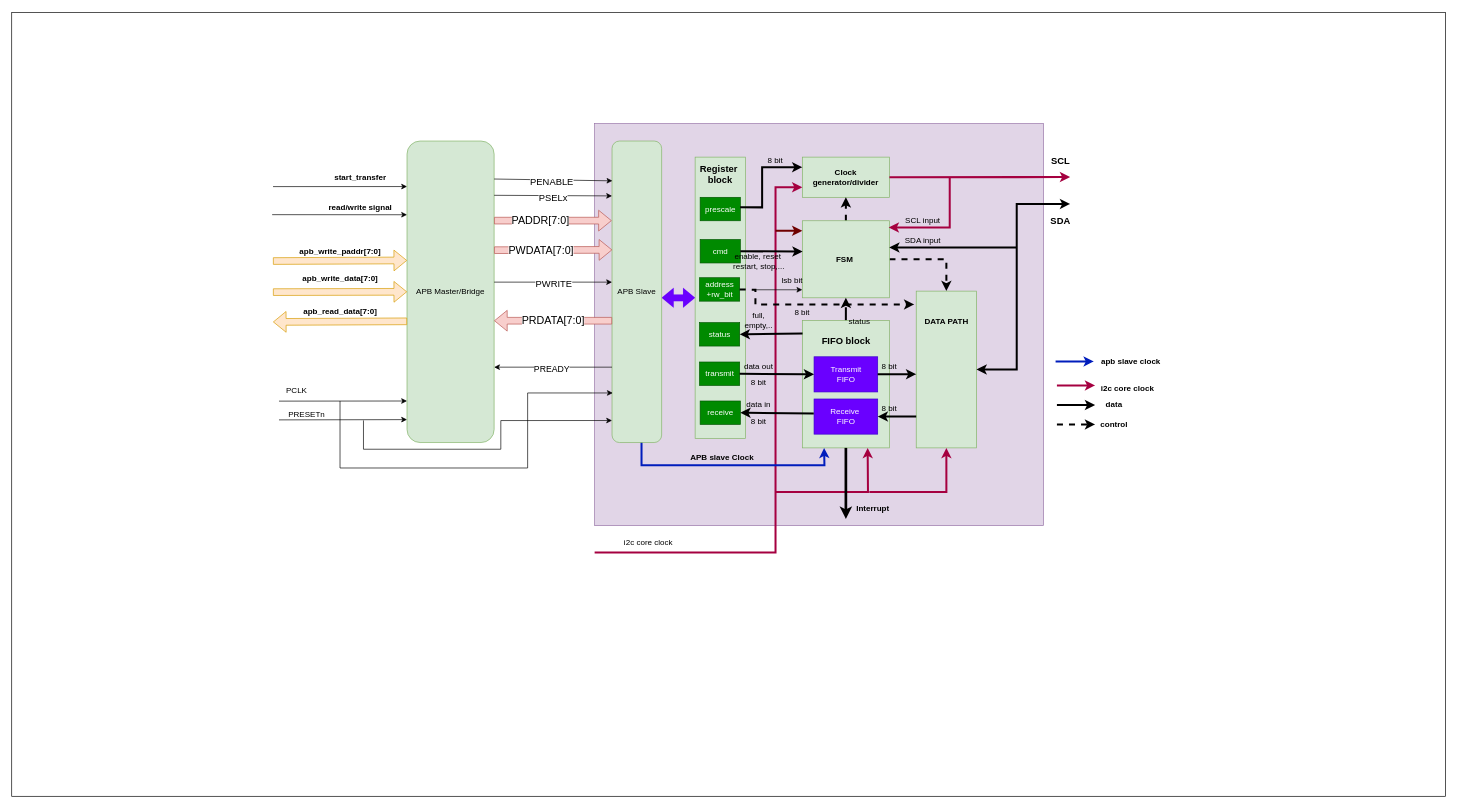
Above: i2c spec/master block diagram.drawio in quyenpro123/i2c_master_slave (draw.io), before the change. Source tidied: cells renumbered, new cells numbered last; positions are measured from the earlier drawing's top-left corner, leaving out a move shared by most shapes. Both pictures are drawn from the tidied source at 67%, with x=0, y=0 at pixel (11, 12).
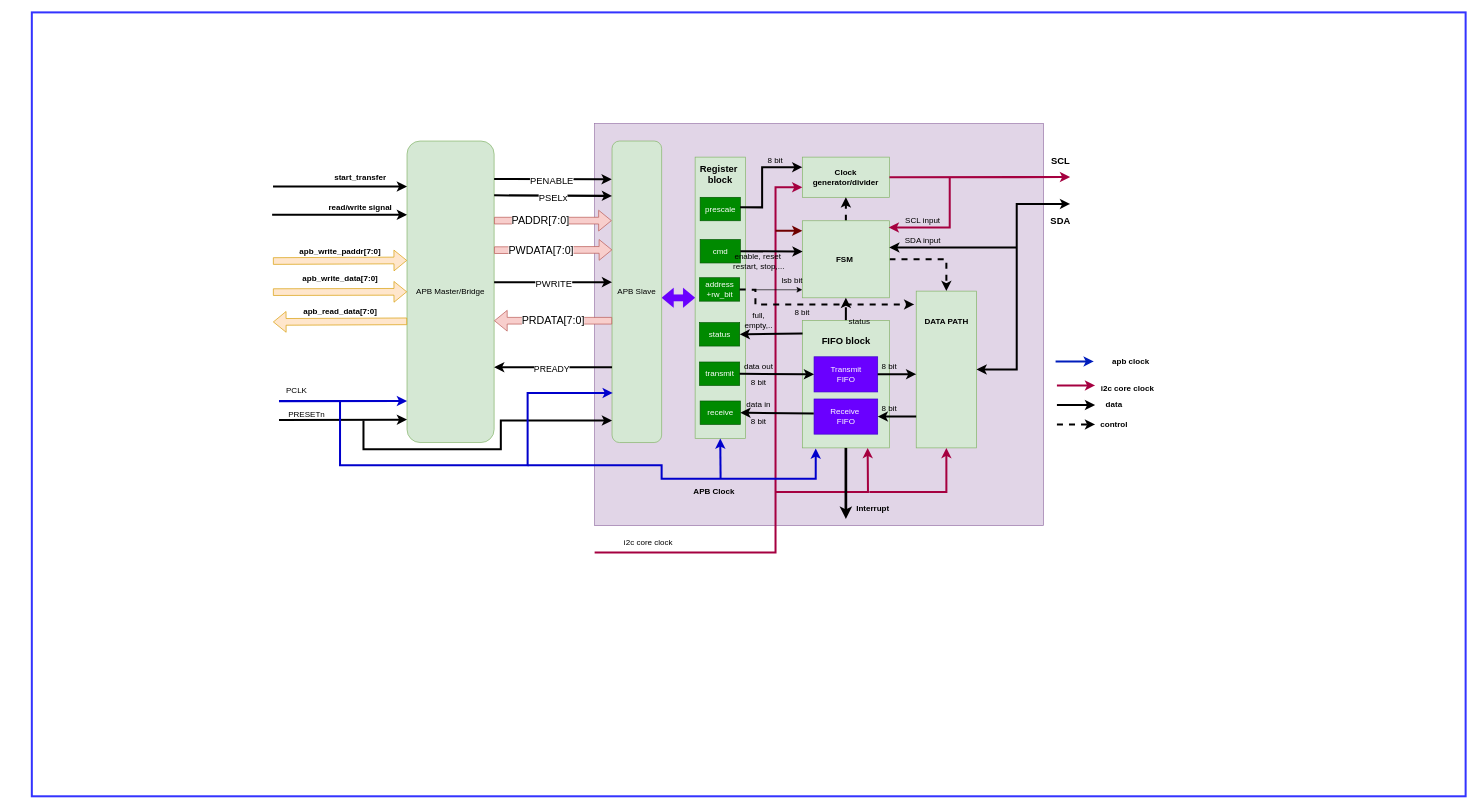
The same diagram, later.

The change refers to these unchanged cells:
```xml
<mxCell id="4" style="rounded=0;whiteSpace=wrap;html=1;fillColor=#d5e8d4;strokeColor=#82b366;" parent="1" vertex="1">
  <mxGeometry x="1020" y="216" width="75" height="420" as="geometry" />
</mxCell>
<mxCell id="18" style="rounded=0;whiteSpace=wrap;html=1;fillColor=#d5e8d4;strokeColor=#82b366;" parent="1" vertex="1">
  <mxGeometry x="1180" y="460" width="130" height="190" as="geometry" />
</mxCell>
<mxCell id="70" value="APB Master/Bridge" style="rounded=1;whiteSpace=wrap;html=1;fillColor=#d5e8d4;strokeColor=#82b366;" parent="1" vertex="1">
  <mxGeometry x="590" y="192" width="130" height="450" as="geometry" />
</mxCell>
<mxCell id="71" value="APB Slave" style="rounded=1;whiteSpace=wrap;html=1;fillColor=#d5e8d4;strokeColor=#82b366;" parent="1" vertex="1">
  <mxGeometry x="896" y="192" width="74" height="450" as="geometry" />
</mxCell>
```

Change to the diagram source:
```diff
@@
-    <mxCell id="2" style="rounded=0;whiteSpace=wrap;html=1;" parent="1" vertex="1">
-      <mxGeometry width="2140" height="1170" as="geometry" />
+    <mxCell id="2" style="rounded=0;whiteSpace=wrap;html=1;strokeWidth=3;strokeColor=#3333FF;" parent="1" vertex="1">
+      <mxGeometry x="30" width="2140" height="1170" as="geometry" />
     </mxCell>
@@
-    <mxCell id="29" style="endArrow=classic;html=1;rounded=0;exitX=0.5;exitY=1;exitDx=0;exitDy=0;entryX=0.25;entryY=1;entryDx=0;entryDy=0;strokeWidth=3;fillColor=#0050ef;strokeColor=#001DBC;" parent="1" edge="1" target="18">
-      <mxGeometry relative="1" as="geometry">
-        <mxPoint x="940" y="636" as="sourcePoint" />
-        <Array as="points">
-          <mxPoint x="940" y="676" />
-          <mxPoint x="1213" y="676" />
-        </Array>
-      </mxGeometry>
-    </mxCell>
@@
-    <mxCell id="39" value="&lt;b&gt;APB slave Clock&lt;/b&gt;" style="text;html=1;align=center;verticalAlign=middle;strokeColor=none;fillColor=none;" parent="1" vertex="1">
-      <mxGeometry x="1000" y="650" width="120" height="30" as="geometry" />
+    <mxCell id="39" value="&lt;b&gt;APB Clock&lt;/b&gt;" style="text;html=1;align=center;verticalAlign=middle;strokeColor=none;fillColor=none;" parent="1" vertex="1">
+      <mxGeometry x="1007.5" y="701" width="80" height="30" as="geometry" />
     </mxCell>
@@
-    <mxCell id="62" value="&lt;b&gt;apb slave clock&lt;/b&gt;" style="text;html=1;align=center;verticalAlign=middle;strokeColor=none;fillColor=none;" parent="1" vertex="1">
-      <mxGeometry x="1615" y="506.5" width="110" height="30" as="geometry" />
+    <mxCell id="62" value="&lt;b&gt;apb clock&lt;/b&gt;" style="text;html=1;align=center;verticalAlign=middle;strokeColor=none;fillColor=none;" parent="1" vertex="1">
+      <mxGeometry x="1630" y="506.5" width="80" height="30" as="geometry" />
     </mxCell>
@@
-    <mxCell id="72" style="endArrow=classic;html=1;rounded=0;exitX=1;exitY=0.126;exitDx=0;exitDy=0;exitPerimeter=0;entryX=0.007;entryY=0.132;entryDx=0;entryDy=0;entryPerimeter=0;" parent="1" edge="1" source="70" target="71">
+    <mxCell id="72" style="endArrow=classic;html=1;rounded=0;exitX=1;exitY=0.126;exitDx=0;exitDy=0;exitPerimeter=0;entryX=-0.006;entryY=0.127;entryDx=0;entryDy=0;entryPerimeter=0;strokeWidth=3;" parent="1" edge="1" source="70" target="71">
       <mxGeometry relative="1" as="geometry" />
     </mxCell>
@@
-    <mxCell id="74" style="endArrow=classic;html=1;rounded=0;exitX=1;exitY=0.18;exitDx=0;exitDy=0;exitPerimeter=0;entryX=0;entryY=0.182;entryDx=0;entryDy=0;entryPerimeter=0;" parent="1" edge="1" source="70" target="71">
+    <mxCell id="74" style="endArrow=classic;html=1;rounded=0;exitX=1;exitY=0.18;exitDx=0;exitDy=0;exitPerimeter=0;entryX=0;entryY=0.182;entryDx=0;entryDy=0;entryPerimeter=0;strokeWidth=3;" parent="1" edge="1" source="70" target="71">
       <mxGeometry relative="1" as="geometry" />
     </mxCell>
@@
-    <mxCell id="80" style="endArrow=classic;html=1;rounded=0;exitX=1;exitY=0.468;exitDx=0;exitDy=0;exitPerimeter=0;entryX=0;entryY=0.468;entryDx=0;entryDy=0;entryPerimeter=0;" parent="1" edge="1" source="70" target="71">
+    <mxCell id="80" style="endArrow=classic;html=1;rounded=0;exitX=1;exitY=0.468;exitDx=0;exitDy=0;exitPerimeter=0;entryX=0;entryY=0.468;entryDx=0;entryDy=0;entryPerimeter=0;strokeWidth=3;" parent="1" edge="1" source="70" target="71">
       <mxGeometry relative="1" as="geometry" />
     </mxCell>
@@
-    <mxCell id="84" style="endArrow=classic;html=1;rounded=0;exitX=0;exitY=0.75;exitDx=0;exitDy=0;entryX=1;entryY=0.75;entryDx=0;entryDy=0;" parent="1" edge="1" source="71" target="70">
+    <mxCell id="84" style="endArrow=classic;html=1;rounded=0;exitX=0;exitY=0.75;exitDx=0;exitDy=0;entryX=1;entryY=0.75;entryDx=0;entryDy=0;strokeWidth=3;" parent="1" edge="1" source="71" target="70">
       <mxGeometry relative="1" as="geometry" />
     </mxCell>
@@
-    <mxCell id="86" style="endArrow=classic;html=1;rounded=0;entryX=0;entryY=0.924;entryDx=0;entryDy=0;entryPerimeter=0;exitX=0.053;exitY=0.666;exitDx=0;exitDy=0;exitPerimeter=0;" parent="1" edge="1" target="70">
+    <mxCell id="86" style="endArrow=classic;html=1;rounded=0;entryX=0;entryY=0.924;entryDx=0;entryDy=0;entryPerimeter=0;exitX=0.053;exitY=0.666;exitDx=0;exitDy=0;exitPerimeter=0;strokeWidth=3;" parent="1" edge="1" target="70">
       <mxGeometry relative="1" as="geometry">
         <mxPoint x="398.9" y="608.2" as="sourcePoint" />
       </mxGeometry>
     </mxCell>
-    <mxCell id="87" style="edgeStyle=orthogonalEdgeStyle;rounded=0;jettySize=auto;html=1;entryX=0;entryY=0.927;entryDx=0;entryDy=0;entryPerimeter=0;" parent="1" edge="1" target="71">
+    <mxCell id="87" style="edgeStyle=orthogonalEdgeStyle;rounded=0;jettySize=auto;html=1;entryX=0;entryY=0.927;entryDx=0;entryDy=0;entryPerimeter=0;strokeWidth=3;" parent="1" edge="1" target="71">
       <mxGeometry relative="1" as="geometry">
         <mxPoint x="525" y="609" as="sourcePoint" />
         <Array as="points">
           <mxPoint x="525" y="652" />
           <mxPoint x="730" y="652" />
           <mxPoint x="730" y="609" />
         </Array>
       </mxGeometry>
     </mxCell>
-    <mxCell id="88" style="endArrow=classic;html=1;rounded=0;entryX=0;entryY=0.151;entryDx=0;entryDy=0;entryPerimeter=0;endSize=6;" parent="1" edge="1" target="70">
+    <mxCell id="88" style="endArrow=classic;html=1;rounded=0;entryX=0;entryY=0.151;entryDx=0;entryDy=0;entryPerimeter=0;endSize=6;strokeWidth=3;" parent="1" edge="1" target="70">
       <mxGeometry relative="1" as="geometry">
         <mxPoint x="390" y="260" as="sourcePoint" />
       </mxGeometry>
     </mxCell>
@@
-    <mxCell id="90" style="endArrow=classic;html=1;rounded=0;entryX=0;entryY=0.151;entryDx=0;entryDy=0;entryPerimeter=0;exitX=0.044;exitY=0.263;exitDx=0;exitDy=0;exitPerimeter=0;" parent="1" edge="1">
+    <mxCell id="90" style="endArrow=classic;html=1;rounded=0;entryX=0;entryY=0.151;entryDx=0;entryDy=0;entryPerimeter=0;exitX=0.044;exitY=0.263;exitDx=0;exitDy=0;exitPerimeter=0;strokeWidth=3;" parent="1" edge="1">
       <mxGeometry relative="1" as="geometry">
         <mxPoint x="388.7" y="301.9" as="sourcePoint" />
         <mxPoint x="590" y="302" as="targetPoint" />
       </mxGeometry>
     </mxCell>
@@
-    <mxCell id="99" style="endArrow=classic;html=1;rounded=0;entryX=0;entryY=0.924;entryDx=0;entryDy=0;entryPerimeter=0;exitX=0.053;exitY=0.666;exitDx=0;exitDy=0;exitPerimeter=0;" parent="1" edge="1">
+    <mxCell id="99" style="endArrow=classic;html=1;rounded=0;entryX=0;entryY=0.924;entryDx=0;entryDy=0;entryPerimeter=0;exitX=0.053;exitY=0.666;exitDx=0;exitDy=0;exitPerimeter=0;strokeWidth=3;strokeColor=#0000CC;" parent="1" edge="1">
       <mxGeometry relative="1" as="geometry">
         <mxPoint x="398.9" y="580.2" as="sourcePoint" />
         <mxPoint x="590" y="580" as="targetPoint" />
       </mxGeometry>
     </mxCell>
-    <mxCell id="100" style="edgeStyle=orthogonalEdgeStyle;rounded=0;orthogonalLoop=1;jettySize=auto;html=1;entryX=0.015;entryY=0.849;entryDx=0;entryDy=0;entryPerimeter=0;" parent="1" edge="1">
+    <mxCell id="100" style="edgeStyle=orthogonalEdgeStyle;rounded=0;orthogonalLoop=1;jettySize=auto;html=1;entryX=0.015;entryY=0.849;entryDx=0;entryDy=0;entryPerimeter=0;strokeWidth=3;strokeColor=#0000CC;" parent="1" edge="1">
       <mxGeometry relative="1" as="geometry">
         <mxPoint x="490" y="580" as="sourcePoint" />
         <mxPoint x="897.1" y="568" as="targetPoint" />
         <Array as="points">
-          <mxPoint x="490" y="580" />
-          <mxPoint x="490" y="680" />
-          <mxPoint x="770" y="680" />
+          <mxPoint x="490" y="676" />
+          <mxPoint x="770" y="676" />
           <mxPoint x="770" y="568" />
         </Array>
       </mxGeometry>
     </mxCell>
@@
+    <mxCell id="102" style="endArrow=classic;html=1;rounded=0;entryX=0.154;entryY=1.005;entryDx=0;entryDy=0;entryPerimeter=0;strokeWidth=3;strokeColor=#0000CC;" parent="1" edge="1" target="18">
+      <mxGeometry relative="1" as="geometry">
+        <mxPoint x="770" y="676" as="sourcePoint" />
+        <Array as="points">
+          <mxPoint x="970" y="676" />
+          <mxPoint x="970" y="696" />
+          <mxPoint x="1200" y="696" />
+        </Array>
+      </mxGeometry>
+    </mxCell>
+    <mxCell id="103" style="endArrow=classic;html=1;rounded=0;entryX=0.5;entryY=1;entryDx=0;entryDy=0;strokeWidth=3;strokeColor=#0000CC;" parent="1" edge="1" target="4">
+      <mxGeometry relative="1" as="geometry">
+        <mxPoint x="1058" y="696" as="sourcePoint" />
+      </mxGeometry>
+    </mxCell>
```
